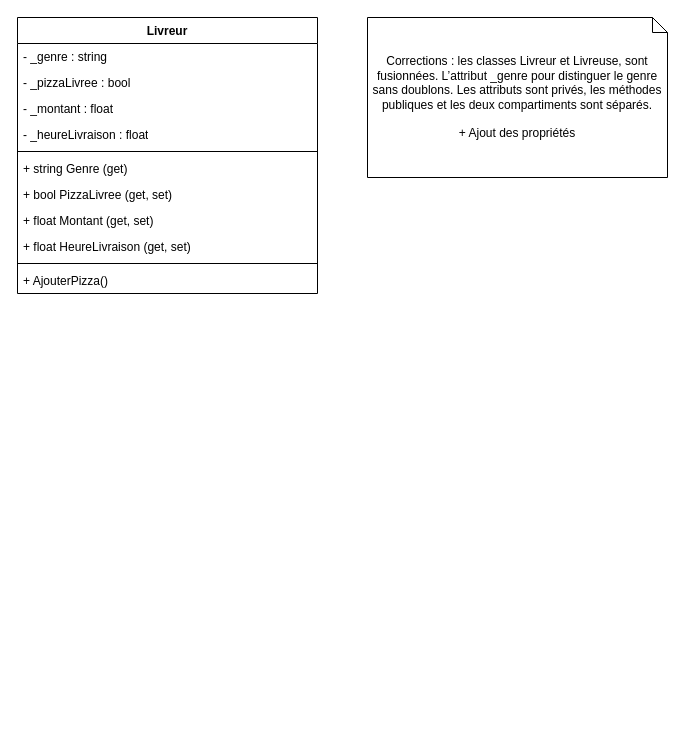
Earlier version of the draw.io diagram 6TTI_DPMAEL_POO/Exercice_2_Livreur.drawio (mgamsdve/6TTI_DayaniPoty_Mael-UAA14). Source tidied: cells renumbered, new cells numbered last; positions are measured from the earlier drawing's top-left corner, leaving out a move shared by most shapes. Both pictures are drawn from the tidied source at 100%, with x=0, y=0 at pixel (17, 17).
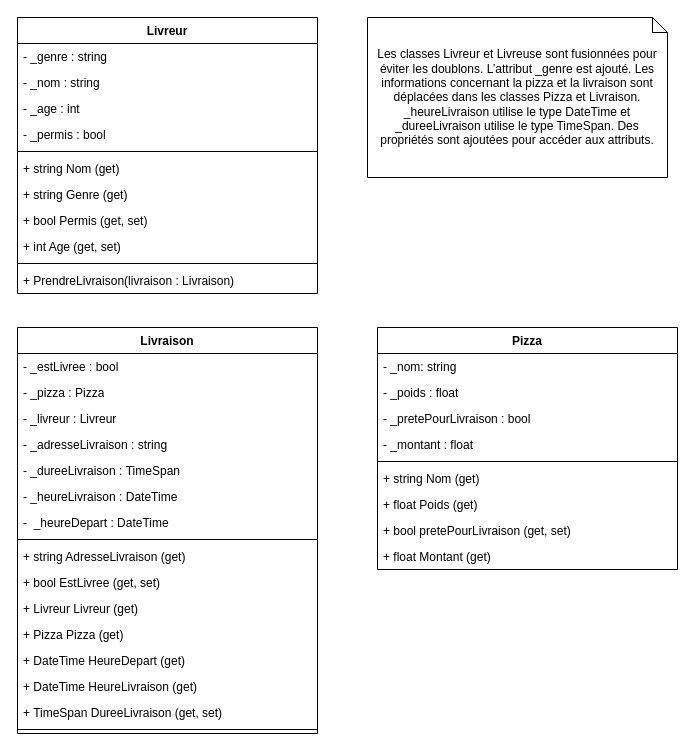
After the change.

Unchanged cells that the change refers to:
```xml
<mxCell id="2" value="Livreur" style="swimlane;fontStyle=1;align=center;verticalAlign=top;horizontal=1;startSize=26;whiteSpace=wrap;html=1;" parent="1" vertex="1">
  <mxGeometry width="300" height="276" as="geometry" />
</mxCell>
```

What changed in the source:
```diff
@@
+    <mxCell id="15" value="- _genre : string" style="text;strokeColor=none;fillColor=none;align=left;verticalAlign=top;spacingLeft=4;spacingRight=4;overflow=hidden;whiteSpace=wrap;html=1;" parent="2" vertex="1">
+      <mxGeometry y="26" width="300" height="26" as="geometry" />
+    </mxCell>
-    <mxCell id="3" value="- _genre : string" style="text;strokeColor=none;fillColor=none;align=left;verticalAlign=top;spacingLeft=4;spacingRight=4;overflow=hidden;whiteSpace=wrap;html=1;" parent="2" vertex="1">
-      <mxGeometry y="26" width="300" height="26" as="geometry" />
+    <mxCell id="3" value="- _nom : string" style="text;strokeColor=none;fillColor=none;align=left;verticalAlign=top;spacingLeft=4;spacingRight=4;overflow=hidden;whiteSpace=wrap;html=1;" parent="2" vertex="1">
+      <mxGeometry y="52" width="300" height="26" as="geometry" />
     </mxCell>
-    <mxCell id="4" value="- _pizzaLivree : bool" style="text;strokeColor=none;fillColor=none;align=left;verticalAlign=top;spacingLeft=4;spacingRight=4;overflow=hidden;whiteSpace=wrap;html=1;" parent="2" vertex="1">
-      <mxGeometry y="52" width="300" height="26" as="geometry" />
-    </mxCell>
-    <mxCell id="5" value="- _montant : float" style="text;strokeColor=none;fillColor=none;align=left;verticalAlign=top;spacingLeft=4;spacingRight=4;overflow=hidden;whiteSpace=wrap;html=1;" parent="2" vertex="1">
-      <mxGeometry y="78" width="300" height="26" as="geometry" />
-    </mxCell>
-    <mxCell id="6" value="- _heureLivraison : float" style="text;strokeColor=none;fillColor=none;align=left;verticalAlign=top;spacingLeft=4;spacingRight=4;overflow=hidden;whiteSpace=wrap;html=1;" parent="2" vertex="1">
-      <mxGeometry y="104" width="300" height="26" as="geometry" />
-    </mxCell>
+    <mxCell id="16" value="- _age : int" style="text;strokeColor=none;fillColor=none;align=left;verticalAlign=top;spacingLeft=4;spacingRight=4;overflow=hidden;whiteSpace=wrap;html=1;" parent="2" vertex="1">
+      <mxGeometry y="78" width="300" height="26" as="geometry" />
+    </mxCell>
+    <mxCell id="17" value="- _permis : bool" style="text;strokeColor=none;fillColor=none;align=left;verticalAlign=top;spacingLeft=4;spacingRight=4;overflow=hidden;whiteSpace=wrap;html=1;" parent="2" vertex="1">
+      <mxGeometry y="104" width="300" height="26" as="geometry" />
+    </mxCell>
@@
+    <mxCell id="18" value="+ string Nom (get&lt;span style=&quot;background-color: transparent; color: light-dark(rgb(0, 0, 0), rgb(255, 255, 255));&quot;&gt;)&lt;/span&gt;" style="text;strokeColor=none;fillColor=none;align=left;verticalAlign=top;spacingLeft=4;spacingRight=4;overflow=hidden;whiteSpace=wrap;html=1;" parent="2" vertex="1">
+      <mxGeometry y="138" width="300" height="26" as="geometry" />
+    </mxCell>
     <mxCell id="8" value="+ string Genre (get&lt;span style=&quot;background-color: transparent; color: light-dark(rgb(0, 0, 0), rgb(255, 255, 255));&quot;&gt;)&lt;/span&gt;" style="text;strokeColor=none;fillColor=none;align=left;verticalAlign=top;spacingLeft=4;spacingRight=4;overflow=hidden;whiteSpace=wrap;html=1;" parent="2" vertex="1">
-      <mxGeometry y="138" width="300" height="26" as="geometry" />
+      <mxGeometry y="164" width="300" height="26" as="geometry" />
     </mxCell>
-    <mxCell id="9" value="+ bool PizzaLivree (get, set)" style="text;strokeColor=none;fillColor=none;align=left;verticalAlign=top;spacingLeft=4;spacingRight=4;overflow=hidden;whiteSpace=wrap;html=1;" parent="2" vertex="1">
-      <mxGeometry y="164" width="300" height="26" as="geometry" />
+    <mxCell id="9" value="+ bool Permis (get, set)" style="text;strokeColor=none;fillColor=none;align=left;verticalAlign=top;spacingLeft=4;spacingRight=4;overflow=hidden;whiteSpace=wrap;html=1;" parent="2" vertex="1">
+      <mxGeometry y="190" width="300" height="26" as="geometry" />
     </mxCell>
-    <mxCell id="10" value="+ float Montant (get, set)" style="text;strokeColor=none;fillColor=none;align=left;verticalAlign=top;spacingLeft=4;spacingRight=4;overflow=hidden;whiteSpace=wrap;html=1;" parent="2" vertex="1">
-      <mxGeometry y="190" width="300" height="26" as="geometry" />
+    <mxCell id="10" value="+ int Age (get, set)" style="text;strokeColor=none;fillColor=none;align=left;verticalAlign=top;spacingLeft=4;spacingRight=4;overflow=hidden;whiteSpace=wrap;html=1;" parent="2" vertex="1">
+      <mxGeometry y="216" width="300" height="26" as="geometry" />
     </mxCell>
-    <mxCell id="11" value="+ float HeureLivraison (get, set)" style="text;strokeColor=none;fillColor=none;align=left;verticalAlign=top;spacingLeft=4;spacingRight=4;overflow=hidden;whiteSpace=wrap;html=1;" parent="2" vertex="1">
-      <mxGeometry y="216" width="300" height="26" as="geometry" />
-    </mxCell>
@@
-    <mxCell id="13" value="+ AjouterPizza()" style="text;strokeColor=none;fillColor=none;align=left;verticalAlign=top;spacingLeft=4;spacingRight=4;overflow=hidden;whiteSpace=wrap;html=1;" parent="2" vertex="1">
+    <mxCell id="13" value="+&amp;nbsp;&lt;span style=&quot;background-color: transparent; color: light-dark(rgb(0, 0, 0), rgb(255, 255, 255));&quot;&gt;PrendreLivraison(livraison : Livraison)&lt;/span&gt;" style="text;strokeColor=none;fillColor=none;align=left;verticalAlign=top;spacingLeft=4;spacingRight=4;overflow=hidden;whiteSpace=wrap;html=1;" parent="2" vertex="1">
       <mxGeometry y="250" width="300" height="26" as="geometry" />
     </mxCell>
-    <mxCell id="14" value="Corrections : les classes Livreur et Livreuse, sont fusionnées. L’attribut _genre pour distinguer le genre sans doublons. Les attributs sont privés, les méthodes publiques et les deux compartiments sont séparés.&lt;div&gt;&lt;br&gt;&lt;/div&gt;&lt;div&gt;+ Ajout des propriétés&lt;/div&gt;" style="shape=note;whiteSpace=wrap;html=1;size=15;" parent="1" vertex="1">
+    <mxCell id="14" value="Les classes Livreur et Livreuse sont fusionnées pour éviter les doublons. L’attribut _genre est ajouté. Les informations concernant la pizza et la livraison sont déplacées dans les classes Pizza et Livraison. _heureLivraison utilise le type DateTime et _dureeLivraison utilise le type TimeSpan. Des propriétés sont ajoutées pour accéder aux attributs." style="shape=note;whiteSpace=wrap;html=1;size=15;" parent="1" vertex="1">
       <mxGeometry x="350" width="300" height="160" as="geometry" />
     </mxCell>
+    <mxCell id="19" value="Livraison" style="swimlane;fontStyle=1;align=center;verticalAlign=top;horizontal=1;startSize=26;whiteSpace=wrap;html=1;" parent="1" vertex="1">
+      <mxGeometry y="310" width="300" height="406" as="geometry" />
+    </mxCell>
+    <mxCell id="20" value="- _estLivree : bool" style="text;strokeColor=none;fillColor=none;align=left;verticalAlign=top;spacingLeft=4;spacingRight=4;overflow=hidden;whiteSpace=wrap;html=1;" parent="19" vertex="1">
+      <mxGeometry y="26" width="300" height="26" as="geometry" />
+    </mxCell>
+    <mxCell id="21" value="- _pizza&lt;span style=&quot;background-color: transparent; color: light-dark(rgb(0, 0, 0), rgb(255, 255, 255));&quot;&gt;&amp;nbsp;: Pizza&lt;/span&gt;" style="text;strokeColor=none;fillColor=none;align=left;verticalAlign=top;spacingLeft=4;spacingRight=4;overflow=hidden;whiteSpace=wrap;html=1;" parent="19" vertex="1">
+      <mxGeometry y="52" width="300" height="26" as="geometry" />
+    </mxCell>
+    <mxCell id="22" value="- _livreur : Livreur&lt;div&gt;&lt;br&gt;&lt;/div&gt;" style="text;strokeColor=none;fillColor=none;align=left;verticalAlign=top;spacingLeft=4;spacingRight=4;overflow=hidden;whiteSpace=wrap;html=1;" parent="19" vertex="1">
+      <mxGeometry y="78" width="300" height="26" as="geometry" />
+    </mxCell>
+    <mxCell id="23" value="- _adresseLivraison : string&lt;div&gt;&lt;br&gt;&lt;/div&gt;" style="text;strokeColor=none;fillColor=none;align=left;verticalAlign=top;spacingLeft=4;spacingRight=4;overflow=hidden;whiteSpace=wrap;html=1;" parent="19" vertex="1">
+      <mxGeometry y="104" width="300" height="26" as="geometry" />
+    </mxCell>
+    <mxCell id="24" value="- _dureeLivraison :&amp;nbsp;&lt;span style=&quot;background-color: transparent; color: light-dark(rgb(0, 0, 0), rgb(255, 255, 255));&quot;&gt;TimeSpan&lt;/span&gt;" style="text;strokeColor=none;fillColor=none;align=left;verticalAlign=top;spacingLeft=4;spacingRight=4;overflow=hidden;whiteSpace=wrap;html=1;" parent="19" vertex="1">
+      <mxGeometry y="130" width="300" height="26" as="geometry" />
+    </mxCell>
+    <mxCell id="25" value="- _heureLivraison :&amp;nbsp;&lt;span style=&quot;background-color: transparent; color: light-dark(rgb(0, 0, 0), rgb(255, 255, 255));&quot;&gt;DateTime&lt;/span&gt;" style="text;strokeColor=none;fillColor=none;align=left;verticalAlign=top;spacingLeft=4;spacingRight=4;overflow=hidden;whiteSpace=wrap;html=1;" parent="19" vertex="1">
+      <mxGeometry y="156" width="300" height="26" as="geometry" />
+    </mxCell>
+    <mxCell id="26" value="-&amp;nbsp;&lt;span style=&quot;background-color: transparent; color: light-dark(rgb(0, 0, 0), rgb(255, 255, 255));&quot;&gt;&amp;nbsp;_heureDepart : DateTime&lt;/span&gt;&lt;p&gt;&lt;/p&gt;" style="text;strokeColor=none;fillColor=none;align=left;verticalAlign=top;spacingLeft=4;spacingRight=4;overflow=hidden;whiteSpace=wrap;html=1;" parent="19" vertex="1">
+      <mxGeometry y="182" width="300" height="26" as="geometry" />
+    </mxCell>
+    <mxCell id="27" style="line;strokeWidth=1;fillColor=none;align=left;verticalAlign=middle;spacingTop=-1;spacingLeft=3;spacingRight=3;labelPosition=right;strokeColor=inherit;" parent="19" vertex="1">
+      <mxGeometry y="208" width="300" height="8" as="geometry" />
+    </mxCell>
+    <mxCell id="28" value="+ string AdresseLivraison (get&lt;span style=&quot;background-color: transparent; color: light-dark(rgb(0, 0, 0), rgb(255, 255, 255));&quot;&gt;)&lt;/span&gt;" style="text;strokeColor=none;fillColor=none;align=left;verticalAlign=top;spacingLeft=4;spacingRight=4;overflow=hidden;whiteSpace=wrap;html=1;" parent="19" vertex="1">
+      <mxGeometry y="216" width="300" height="26" as="geometry" />
+    </mxCell>
+    <mxCell id="29" value="+ bool EstLivree&amp;nbsp;(get, set)" style="text;strokeColor=none;fillColor=none;align=left;verticalAlign=top;spacingLeft=4;spacingRight=4;overflow=hidden;whiteSpace=wrap;html=1;" parent="19" vertex="1">
+      <mxGeometry y="242" width="300" height="26" as="geometry" />
+    </mxCell>
+    <mxCell id="30" value="+ Livreur Livreur (get)" style="text;strokeColor=none;fillColor=none;align=left;verticalAlign=top;spacingLeft=4;spacingRight=4;overflow=hidden;whiteSpace=wrap;html=1;" parent="19" vertex="1">
+      <mxGeometry y="268" width="300" height="26" as="geometry" />
+    </mxCell>
+    <mxCell id="31" value="+ Pizza Pizza (get)" style="text;strokeColor=none;fillColor=none;align=left;verticalAlign=top;spacingLeft=4;spacingRight=4;overflow=hidden;whiteSpace=wrap;html=1;" parent="19" vertex="1">
+      <mxGeometry y="294" width="300" height="26" as="geometry" />
+    </mxCell>
+    <mxCell id="32" value="+&amp;nbsp;&lt;span style=&quot;background-color: transparent; color: light-dark(rgb(0, 0, 0), rgb(255, 255, 255));&quot;&gt;DateTime&lt;/span&gt;&lt;span style=&quot;background-color: transparent; color: light-dark(rgb(0, 0, 0), rgb(255, 255, 255));&quot;&gt;&amp;nbsp;HeureDepart (get)&lt;/span&gt;" style="text;strokeColor=none;fillColor=none;align=left;verticalAlign=top;spacingLeft=4;spacingRight=4;overflow=hidden;whiteSpace=wrap;html=1;" parent="19" vertex="1">
+      <mxGeometry y="320" width="300" height="26" as="geometry" />
+    </mxCell>
+    <mxCell id="33" value="+&amp;nbsp;&lt;span style=&quot;background-color: transparent; color: light-dark(rgb(0, 0, 0), rgb(255, 255, 255));&quot;&gt;DateTime&lt;/span&gt;&lt;span style=&quot;background-color: transparent; color: light-dark(rgb(0, 0, 0), rgb(255, 255, 255));&quot;&gt;&amp;nbsp;HeureLivraison (get)&lt;/span&gt;" style="text;strokeColor=none;fillColor=none;align=left;verticalAlign=top;spacingLeft=4;spacingRight=4;overflow=hidden;whiteSpace=wrap;html=1;" parent="19" vertex="1">
+      <mxGeometry y="346" width="300" height="26" as="geometry" />
+    </mxCell>
+    <mxCell id="34" value="+ TimeSpan&lt;span style=&quot;background-color: transparent; color: light-dark(rgb(0, 0, 0), rgb(255, 255, 255));&quot;&gt;&amp;nbsp;DureeLivraison (get, set)&lt;/span&gt;" style="text;strokeColor=none;fillColor=none;align=left;verticalAlign=top;spacingLeft=4;spacingRight=4;overflow=hidden;whiteSpace=wrap;html=1;" parent="19" vertex="1">
+      <mxGeometry y="372" width="300" height="26" as="geometry" />
+    </mxCell>
+    <mxCell id="35" style="line;strokeWidth=1;fillColor=none;align=left;verticalAlign=middle;spacingTop=-1;spacingLeft=3;spacingRight=3;labelPosition=right;strokeColor=inherit;" parent="19" vertex="1">
+      <mxGeometry y="398" width="300" height="8" as="geometry" />
+    </mxCell>
+    <mxCell id="36" value="Pizza" style="swimlane;fontStyle=1;align=center;verticalAlign=top;horizontal=1;startSize=26;whiteSpace=wrap;html=1;" parent="1" vertex="1">
+      <mxGeometry x="360" y="310" width="300" height="242" as="geometry" />
+    </mxCell>
+    <mxCell id="37" value="- _nom: string" style="text;strokeColor=none;fillColor=none;align=left;verticalAlign=top;spacingLeft=4;spacingRight=4;overflow=hidden;whiteSpace=wrap;html=1;" parent="36" vertex="1">
+      <mxGeometry y="26" width="300" height="26" as="geometry" />
+    </mxCell>
+    <mxCell id="38" value="- _poids : float" style="text;strokeColor=none;fillColor=none;align=left;verticalAlign=top;spacingLeft=4;spacingRight=4;overflow=hidden;whiteSpace=wrap;html=1;" parent="36" vertex="1">
+      <mxGeometry y="52" width="300" height="26" as="geometry" />
+    </mxCell>
+    <mxCell id="39" value="- _pretePourLivraison : bool" style="text;strokeColor=none;fillColor=none;align=left;verticalAlign=top;spacingLeft=4;spacingRight=4;overflow=hidden;whiteSpace=wrap;html=1;" parent="36" vertex="1">
+      <mxGeometry y="78" width="300" height="26" as="geometry" />
+    </mxCell>
+    <mxCell id="5" value="- _montant : float" style="text;strokeColor=none;fillColor=none;align=left;verticalAlign=top;spacingLeft=4;spacingRight=4;overflow=hidden;whiteSpace=wrap;html=1;" parent="36" vertex="1">
+      <mxGeometry y="104" width="300" height="26" as="geometry" />
+    </mxCell>
+    <mxCell id="40" style="line;strokeWidth=1;fillColor=none;align=left;verticalAlign=middle;spacingTop=-1;spacingLeft=3;spacingRight=3;labelPosition=right;strokeColor=inherit;" parent="36" vertex="1">
+      <mxGeometry y="130" width="300" height="8" as="geometry" />
+    </mxCell>
+    <mxCell id="41" value="+ string Nom (get&lt;span style=&quot;background-color: transparent; color: light-dark(rgb(0, 0, 0), rgb(255, 255, 255));&quot;&gt;)&lt;/span&gt;" style="text;strokeColor=none;fillColor=none;align=left;verticalAlign=top;spacingLeft=4;spacingRight=4;overflow=hidden;whiteSpace=wrap;html=1;" parent="36" vertex="1">
+      <mxGeometry y="138" width="300" height="26" as="geometry" />
+    </mxCell>
+    <mxCell id="42" value="+ float Poids (get&lt;span style=&quot;background-color: transparent; color: light-dark(rgb(0, 0, 0), rgb(255, 255, 255));&quot;&gt;)&lt;/span&gt;" style="text;strokeColor=none;fillColor=none;align=left;verticalAlign=top;spacingLeft=4;spacingRight=4;overflow=hidden;whiteSpace=wrap;html=1;" parent="36" vertex="1">
+      <mxGeometry y="164" width="300" height="26" as="geometry" />
+    </mxCell>
+    <mxCell id="43" value="+ bool pretePourLivraison (get, set&lt;span style=&quot;background-color: transparent; color: light-dark(rgb(0, 0, 0), rgb(255, 255, 255));&quot;&gt;)&lt;/span&gt;" style="text;strokeColor=none;fillColor=none;align=left;verticalAlign=top;spacingLeft=4;spacingRight=4;overflow=hidden;whiteSpace=wrap;html=1;" parent="36" vertex="1">
+      <mxGeometry y="190" width="300" height="26" as="geometry" />
+    </mxCell>
+    <mxCell id="44" value="+ float Montant (get)" style="text;strokeColor=none;fillColor=none;align=left;verticalAlign=top;spacingLeft=4;spacingRight=4;overflow=hidden;whiteSpace=wrap;html=1;" parent="36" vertex="1">
+      <mxGeometry y="216" width="300" height="26" as="geometry" />
+    </mxCell>
```
